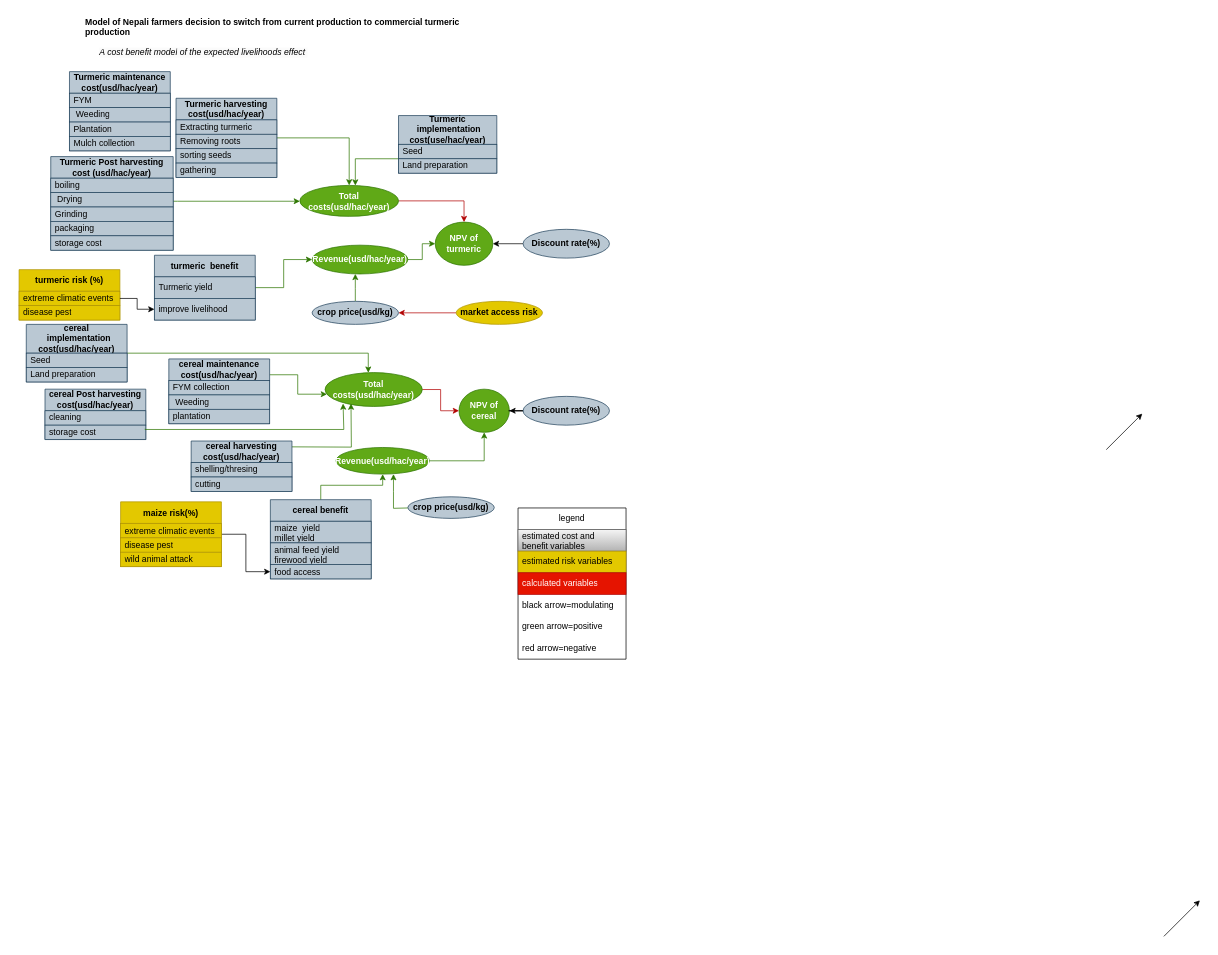
Above: Untitled Diagram.drawio in AditiBista/masterthesis (draw.io), before the change. Source tidied: cells renumbered, new cells numbered last; positions are measured from the earlier drawing's top-left corner, leaving out a move shared by most shapes. Both pictures are drawn from the tidied source at 72%, with x=0, y=0 at pixel (19, 12).
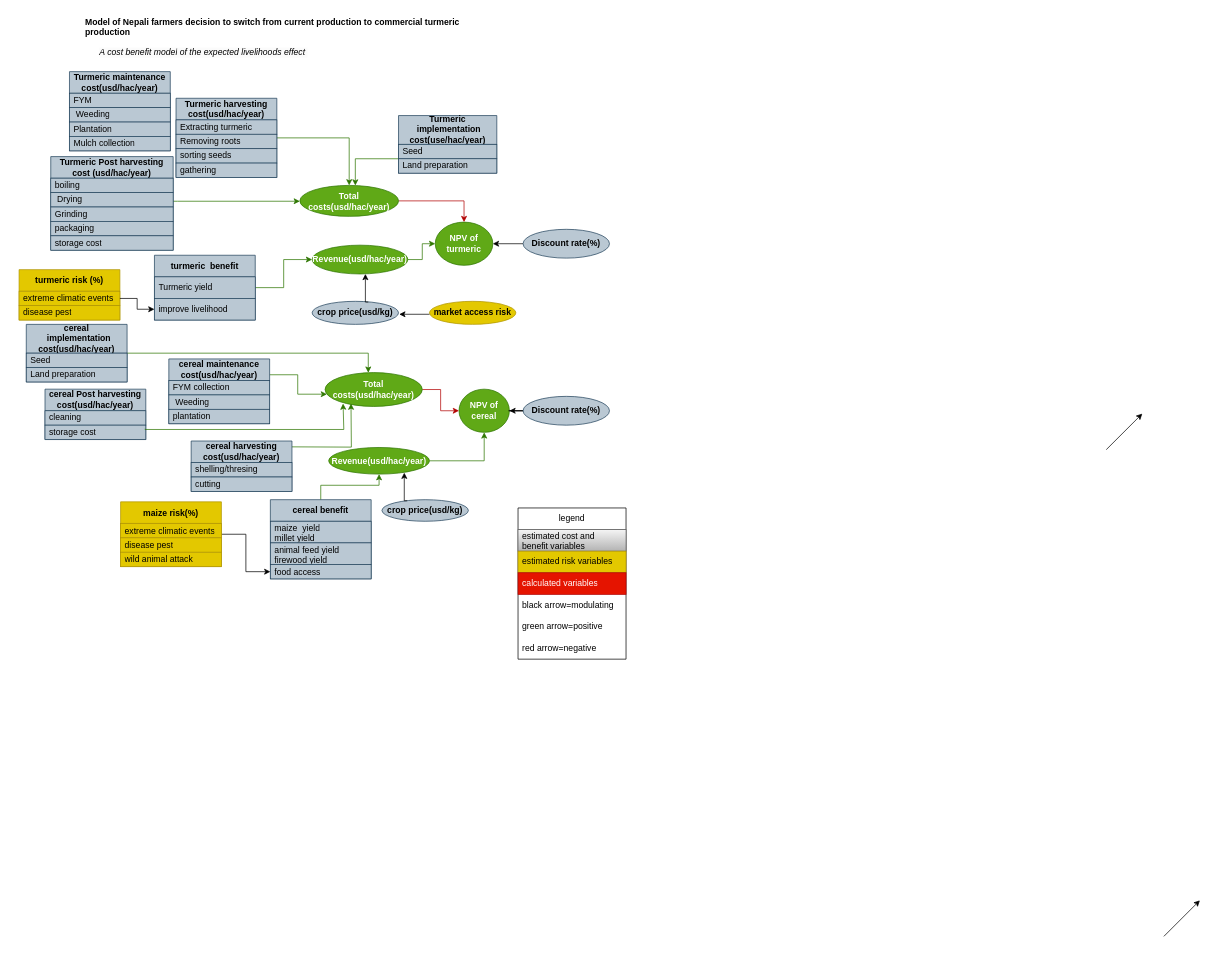
The same diagram, later.

Unchanged cells that the change refers to:
```xml
<mxCell id="8" value="&lt;b&gt;Revenue(usd/hac/year)&lt;/b&gt;" style="ellipse;whiteSpace=wrap;html=1;fillColor=#60a917;fontColor=#ffffff;strokeColor=#2D7600;" parent="1" vertex="1">
  <mxGeometry x="407" y="323" width="133" height="40" as="geometry" />
</mxCell>
<mxCell id="26" value="&lt;b&gt;crop price(usd/kg)&lt;/b&gt;" style="ellipse;whiteSpace=wrap;html=1;fillColor=#bac8d3;strokeColor=#23445d;" parent="1" vertex="1">
  <mxGeometry x="407" y="401" width="120" height="32" as="geometry" />
</mxCell>
<mxCell id="30" value="improve livelihood" style="text;strokeColor=#23445d;fillColor=#bac8d3;align=left;verticalAlign=middle;spacingLeft=4;spacingRight=4;overflow=hidden;points=[[0,0.5],[1,0.5]];portConstraint=eastwest;whiteSpace=wrap;html=1;" parent="28" vertex="1">
  <mxGeometry y="60" width="140" height="30" as="geometry" />
</mxCell>
<mxCell id="74" value="extreme climatic events" style="text;strokeColor=#B09500;fillColor=#e3c800;align=left;verticalAlign=middle;spacingLeft=4;spacingRight=4;overflow=hidden;points=[[0,0.5],[1,0.5]];portConstraint=eastwest;whiteSpace=wrap;html=1;fontColor=#000000;" parent="73" vertex="1">
  <mxGeometry y="30" width="140" height="20" as="geometry" />
</mxCell>
```

Diff of the diagram source:
```diff
@@
     <mxCell id="18" value="&lt;b&gt;Revenue(usd/hac/year)&lt;/b&gt;" style="ellipse;whiteSpace=wrap;html=1;fillColor=#60a917;fontColor=#ffffff;strokeColor=#2D7600;" parent="1" vertex="1">
-      <mxGeometry x="440" y="604" width="130" height="37" as="geometry" />
+      <mxGeometry x="430" y="604" width="140" height="37" as="geometry" />
     </mxCell>
@@
-    <mxCell id="25" style="edgeStyle=orthogonalEdgeStyle;rounded=0;jettySize=auto;html=1;fillColor=#60a917;strokeColor=#2D7600;" parent="1" edge="1" source="26" target="8">
-      <mxGeometry relative="1" as="geometry">
-        <Array as="points">
-          <mxPoint x="467" y="383" />
-          <mxPoint x="467" y="383" />
-        </Array>
-      </mxGeometry>
-    </mxCell>
@@
-    <mxCell id="67" style="edgeStyle=orthogonalEdgeStyle;rounded=0;orthogonalLoop=1;jettySize=auto;html=1;fillColor=#60a917;strokeColor=#2D7600;" parent="1" edge="1">
-      <mxGeometry relative="1" as="geometry">
-        <mxPoint x="540" y="688" as="sourcePoint" />
-        <mxPoint x="520" y="641" as="targetPoint" />
-      </mxGeometry>
-    </mxCell>
     <mxCell id="68" value="&lt;b&gt;crop price(usd/kg)&lt;/b&gt;" style="ellipse;whiteSpace=wrap;html=1;fillColor=#bac8d3;strokeColor=#23445d;" parent="1" vertex="1">
-      <mxGeometry x="540" y="672.5" width="120" height="30" as="geometry" />
+      <mxGeometry x="504" y="676.5" width="120" height="30" as="geometry" />
     </mxCell>
@@
-    <mxCell id="82" style="edgeStyle=orthogonalEdgeStyle;rounded=0;jettySize=auto;html=1;fillColor=#e51400;strokeColor=#B20000;" parent="1" edge="1" source="83" target="26">
-      <mxGeometry relative="1" as="geometry" />
-    </mxCell>
     <mxCell id="83" value="&lt;b&gt;market access risk&lt;/b&gt;" style="ellipse;whiteSpace=wrap;html=1;fillColor=#e3c800;strokeColor=#B09500;fontColor=#000000;" parent="1" vertex="1">
-      <mxGeometry x="607" y="401" width="120" height="32" as="geometry" />
+      <mxGeometry x="570" y="401" width="120" height="32" as="geometry" />
     </mxCell>
-    <mxCell id="84" style="edgeStyle=orthogonalEdgeStyle;rounded=0;jettySize=auto;html=1;" parent="1" edge="1" source="74" target="30">
-      <mxGeometry relative="1" as="geometry" />
+    <mxCell id="84" style="edgeStyle=orthogonalEdgeStyle;rounded=0;jettySize=auto;html=1;strokeColor=#000000;" parent="1" edge="1" source="74" target="30">
+      <mxGeometry relative="1" as="geometry">
+        <Array as="points">
+          <mxPoint x="164" y="397" />
+          <mxPoint x="164" y="412" />
+        </Array>
+      </mxGeometry>
     </mxCell>
@@
+    <mxCell id="93" style="edgeStyle=orthogonalEdgeStyle;rounded=0;orthogonalLoop=1;jettySize=auto;html=1;" parent="1" edge="1">
+      <mxGeometry relative="1" as="geometry">
+        <mxPoint x="570" y="419" as="sourcePoint" />
+        <mxPoint x="528" y="419" as="targetPoint" />
+      </mxGeometry>
+    </mxCell>
+    <mxCell id="94" style="edgeStyle=orthogonalEdgeStyle;rounded=0;jettySize=auto;html=1;exitX=0.65;exitY=0.031;exitDx=0;exitDy=0;exitPerimeter=0;" parent="1" edge="1" source="26">
+      <mxGeometry relative="1" as="geometry">
+        <mxPoint x="481" y="363" as="targetPoint" />
+      </mxGeometry>
+    </mxCell>
+    <mxCell id="95" style="edgeStyle=orthogonalEdgeStyle;rounded=0;orthogonalLoop=1;jettySize=auto;html=1;exitX=0.65;exitY=0.031;exitDx=0;exitDy=0;exitPerimeter=0;" parent="1" edge="1">
+      <mxGeometry relative="1" as="geometry">
+        <mxPoint x="539" y="678" as="sourcePoint" />
+        <mxPoint x="535" y="639" as="targetPoint" />
+      </mxGeometry>
+    </mxCell>
```
